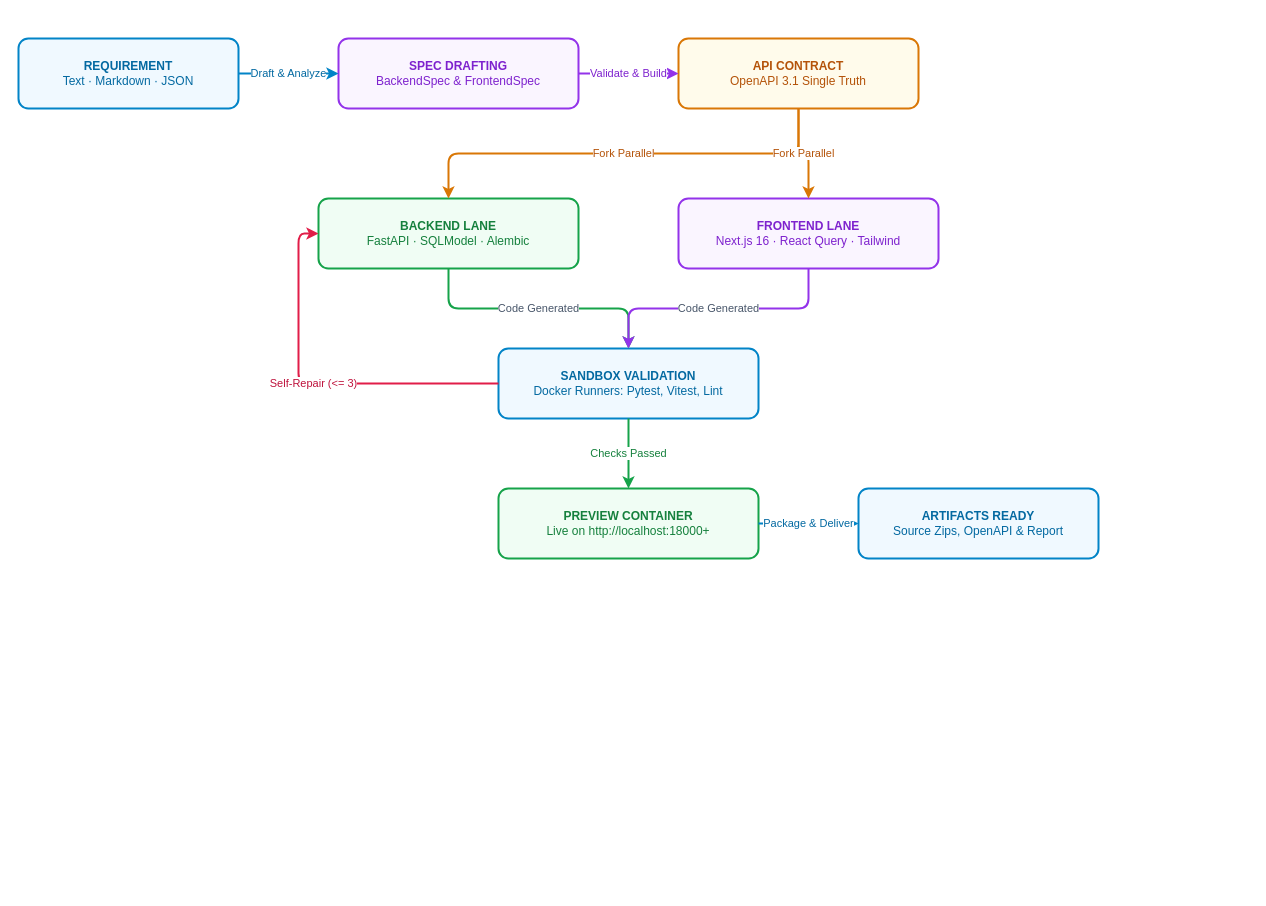
Earlier version of the draw.io diagram docs/diagrams/business-workflow.drawio (longtk26/fullstack-agent). Source tidied: cells renumbered, new cells numbered last; positions are measured from the earlier drawing's top-left corner, leaving out a move shared by most shapes. Both pictures are drawn from the tidied source at 100%, with x=0, y=0 at pixel (18, 38).
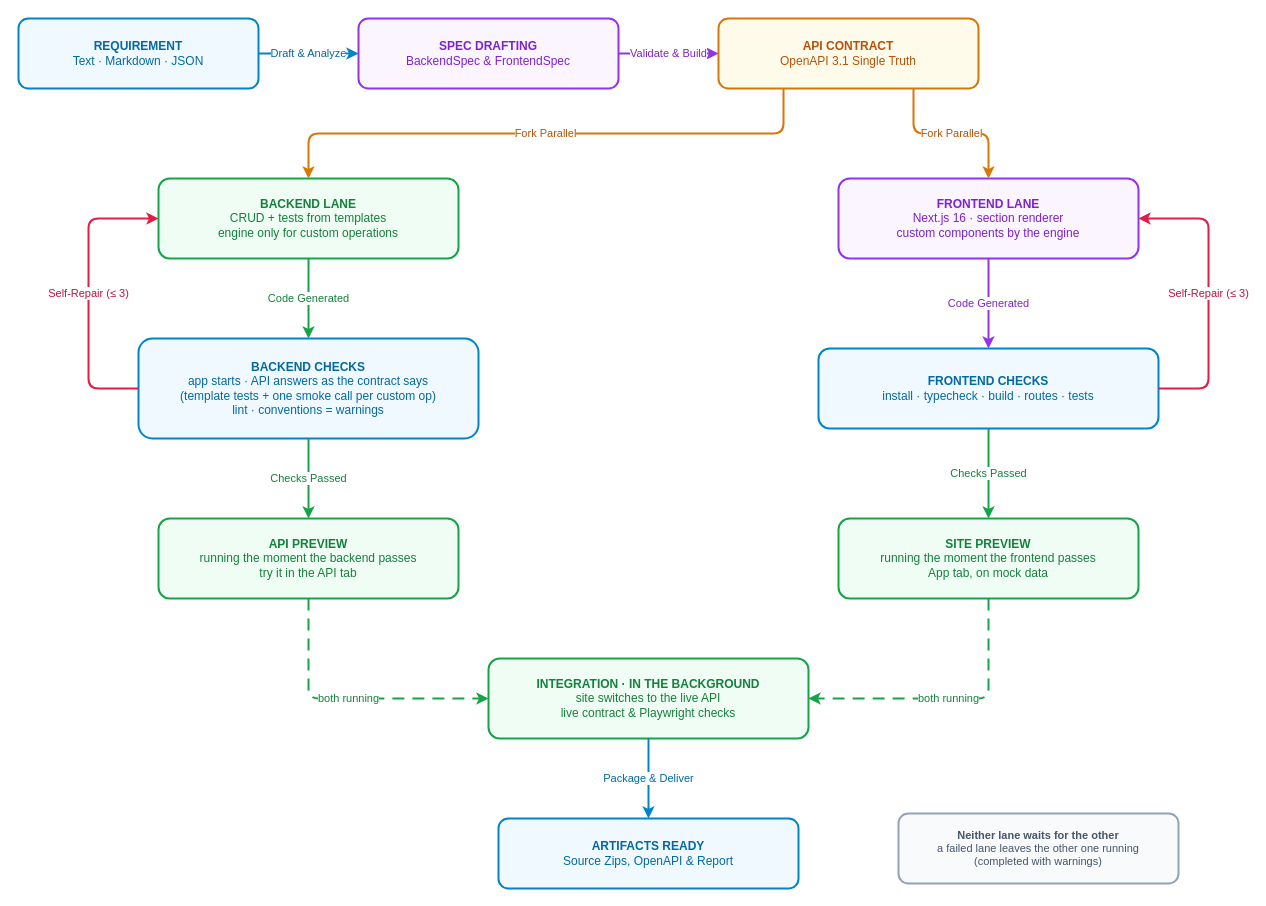
The same diagram, later.

Change to the diagram source:
```diff
@@
-    <mxCell id="2" value="&lt;b&gt;REQUIREMENT&lt;/b&gt;&lt;br/&gt;Text · Markdown · JSON" style="rounded=1;whiteSpace=wrap;html=1;convertToSvg=1;fillColor=#f0f9ff;strokeColor=#0284c7;fontColor=#0369a1;strokeWidth=2;arcSize=14;" parent="1" vertex="1">
-      <mxGeometry width="220" height="70" as="geometry" />
+    <mxCell id="2" value="&lt;b&gt;REQUIREMENT&lt;/b&gt;&lt;br/&gt;Text · Markdown · JSON" style="rounded=1;arcSize=14;whiteSpace=wrap;html=1;fillColor=#f0f9ff;strokeColor=#0284c7;fontColor=#0369a1;strokeWidth=2;align=center;spacing=8;" parent="1" vertex="1">
+      <mxGeometry y="-20" width="240" height="70" as="geometry" />
     </mxCell>
-    <mxCell id="3" value="&lt;b&gt;SPEC DRAFTING&lt;/b&gt;&lt;br/&gt;BackendSpec &amp;amp; FrontendSpec" style="rounded=1;whiteSpace=wrap;html=1;convertToSvg=1;fillColor=#faf5ff;strokeColor=#9333ea;fontColor=#7e22ce;strokeWidth=2;arcSize=14;" parent="1" vertex="1">
-      <mxGeometry x="320" width="240" height="70" as="geometry" />
+    <mxCell id="3" value="&lt;b&gt;SPEC DRAFTING&lt;/b&gt;&lt;br/&gt;BackendSpec &amp;amp; FrontendSpec" style="rounded=1;arcSize=14;whiteSpace=wrap;html=1;fillColor=#faf5ff;strokeColor=#9333ea;fontColor=#7e22ce;strokeWidth=2;align=center;spacing=8;" parent="1" vertex="1">
+      <mxGeometry x="340" y="-20" width="260" height="70" as="geometry" />
     </mxCell>
-    <mxCell id="4" value="&lt;b&gt;API CONTRACT&lt;/b&gt;&lt;br/&gt;OpenAPI 3.1 Single Truth" style="rounded=1;whiteSpace=wrap;html=1;convertToSvg=1;fillColor=#fffbeb;strokeColor=#d97706;fontColor=#b45309;strokeWidth=2;arcSize=14;" parent="1" vertex="1">
-      <mxGeometry x="660" width="240" height="70" as="geometry" />
+    <mxCell id="4" value="&lt;b&gt;API CONTRACT&lt;/b&gt;&lt;br/&gt;OpenAPI 3.1 Single Truth" style="rounded=1;arcSize=14;whiteSpace=wrap;html=1;fillColor=#fffbeb;strokeColor=#d97706;fontColor=#b45309;strokeWidth=2;align=center;spacing=8;" parent="1" vertex="1">
+      <mxGeometry x="700" y="-20" width="260" height="70" as="geometry" />
     </mxCell>
-    <mxCell id="5" value="&lt;b&gt;BACKEND LANE&lt;/b&gt;&lt;br/&gt;FastAPI · SQLModel · Alembic" style="rounded=1;whiteSpace=wrap;html=1;convertToSvg=1;fillColor=#f0fdf4;strokeColor=#16a34a;fontColor=#15803d;strokeWidth=2;arcSize=14;" parent="1" vertex="1">
-      <mxGeometry x="300" y="160" width="260" height="70" as="geometry" />
+    <mxCell id="5" value="&lt;b&gt;BACKEND LANE&lt;/b&gt;&lt;br/&gt;CRUD + tests from templates&lt;br/&gt;engine only for custom operations" style="rounded=1;arcSize=14;whiteSpace=wrap;html=1;fillColor=#f0fdf4;strokeColor=#16a34a;fontColor=#15803d;strokeWidth=2;align=center;spacing=8;" parent="1" vertex="1">
+      <mxGeometry x="140" y="140" width="300" height="80" as="geometry" />
     </mxCell>
-    <mxCell id="6" value="&lt;b&gt;FRONTEND LANE&lt;/b&gt;&lt;br/&gt;Next.js 16 · React Query · Tailwind" style="rounded=1;whiteSpace=wrap;html=1;convertToSvg=1;fillColor=#faf5ff;strokeColor=#9333ea;fontColor=#7e22ce;strokeWidth=2;arcSize=14;" parent="1" vertex="1">
-      <mxGeometry x="660" y="160" width="260" height="70" as="geometry" />
+    <mxCell id="6" value="&lt;b&gt;FRONTEND LANE&lt;/b&gt;&lt;br/&gt;Next.js 16 · section renderer&lt;br/&gt;custom components by the engine" style="rounded=1;arcSize=14;whiteSpace=wrap;html=1;fillColor=#faf5ff;strokeColor=#9333ea;fontColor=#7e22ce;strokeWidth=2;align=center;spacing=8;" parent="1" vertex="1">
+      <mxGeometry x="820" y="140" width="300" height="80" as="geometry" />
     </mxCell>
-    <mxCell id="7" value="&lt;b&gt;SANDBOX VALIDATION&lt;/b&gt;&lt;br/&gt;Docker Runners: Pytest, Vitest, Lint" style="rounded=1;whiteSpace=wrap;html=1;convertToSvg=1;fillColor=#f0f9ff;strokeColor=#0284c7;fontColor=#0369a1;strokeWidth=2;arcSize=14;" parent="1" vertex="1">
-      <mxGeometry x="480" y="310" width="260" height="70" as="geometry" />
-    </mxCell>
-    <mxCell id="8" value="&lt;b&gt;PREVIEW CONTAINER&lt;/b&gt;&lt;br/&gt;Live on http://localhost:18000+" style="rounded=1;whiteSpace=wrap;html=1;convertToSvg=1;fillColor=#f0fdf4;strokeColor=#16a34a;fontColor=#15803d;strokeWidth=2;arcSize=14;" parent="1" vertex="1">
-      <mxGeometry x="480" y="450" width="260" height="70" as="geometry" />
-    </mxCell>
+    <mxCell id="19" value="&lt;b&gt;BACKEND CHECKS&lt;/b&gt;&lt;br/&gt;app starts · API answers as the contract says&lt;br/&gt;(template tests + one smoke call per custom op)&lt;br/&gt;lint · conventions = warnings" style="rounded=1;arcSize=14;whiteSpace=wrap;html=1;fillColor=#f0f9ff;strokeColor=#0284c7;fontColor=#0369a1;strokeWidth=2;align=center;spacing=8;" parent="1" vertex="1">
+      <mxGeometry x="120" y="300" width="340" height="100" as="geometry" />
+    </mxCell>
+    <mxCell id="20" value="&lt;b&gt;FRONTEND CHECKS&lt;/b&gt;&lt;br/&gt;install · typecheck · build · routes · tests" style="rounded=1;arcSize=14;whiteSpace=wrap;html=1;fillColor=#f0f9ff;strokeColor=#0284c7;fontColor=#0369a1;strokeWidth=2;align=center;spacing=8;" parent="1" vertex="1">
+      <mxGeometry x="800" y="310" width="340" height="80" as="geometry" />
+    </mxCell>
+    <mxCell id="21" value="&lt;b&gt;API PREVIEW&lt;/b&gt;&lt;br/&gt;running the moment the backend passes&lt;br/&gt;try it in the API tab" style="rounded=1;arcSize=14;whiteSpace=wrap;html=1;fillColor=#f0fdf4;strokeColor=#16a34a;fontColor=#15803d;strokeWidth=2;align=center;spacing=8;" parent="1" vertex="1">
+      <mxGeometry x="140" y="480" width="300" height="80" as="geometry" />
+    </mxCell>
+    <mxCell id="22" value="&lt;b&gt;SITE PREVIEW&lt;/b&gt;&lt;br/&gt;running the moment the frontend passes&lt;br/&gt;App tab, on mock data" style="rounded=1;arcSize=14;whiteSpace=wrap;html=1;fillColor=#f0fdf4;strokeColor=#16a34a;fontColor=#15803d;strokeWidth=2;align=center;spacing=8;" parent="1" vertex="1">
+      <mxGeometry x="820" y="480" width="300" height="80" as="geometry" />
+    </mxCell>
+    <mxCell id="23" value="&lt;b&gt;INTEGRATION · IN THE BACKGROUND&lt;/b&gt;&lt;br/&gt;site switches to the live API&lt;br/&gt;live contract &amp;amp; Playwright checks" style="rounded=1;arcSize=14;whiteSpace=wrap;html=1;fillColor=#f0fdf4;strokeColor=#16a34a;fontColor=#15803d;strokeWidth=2;align=center;spacing=8;" parent="1" vertex="1">
+      <mxGeometry x="470" y="620" width="320" height="80" as="geometry" />
+    </mxCell>
-    <mxCell id="9" value="&lt;b&gt;ARTIFACTS READY&lt;/b&gt;&lt;br/&gt;Source Zips, OpenAPI &amp;amp; Report" style="rounded=1;whiteSpace=wrap;html=1;convertToSvg=1;fillColor=#f0f9ff;strokeColor=#0284c7;fontColor=#0369a1;strokeWidth=2;arcSize=14;" parent="1" vertex="1">
-      <mxGeometry x="840" y="450" width="240" height="70" as="geometry" />
+    <mxCell id="9" value="&lt;b&gt;ARTIFACTS READY&lt;/b&gt;&lt;br/&gt;Source Zips, OpenAPI &amp;amp; Report" style="rounded=1;arcSize=14;whiteSpace=wrap;html=1;fillColor=#f0f9ff;strokeColor=#0284c7;fontColor=#0369a1;strokeWidth=2;align=center;spacing=8;" parent="1" vertex="1">
+      <mxGeometry x="480" y="780" width="300" height="70" as="geometry" />
     </mxCell>
-    <mxCell id="10" value="Draft &amp;amp; Analyze" style="edgeStyle=orthogonalEdgeStyle;rounded=1;jettySize=auto;html=1;strokeColor=#0284c7;strokeWidth=2;fontColor=#0369a1;" parent="1" edge="1" source="2" target="3">
+    <mxCell id="10" value="Draft &amp;amp; Analyze" style="edgeStyle=orthogonalEdgeStyle;rounded=1;jettySize=auto;html=1;strokeColor=#0284c7;fontColor=#0369a1;strokeWidth=2;labelBackgroundColor=#ffffff;fontSize=11;" parent="1" edge="1" source="2" target="3">
       <mxGeometry relative="1" as="geometry" />
     </mxCell>
-    <mxCell id="11" value="Validate &amp;amp; Build" style="edgeStyle=orthogonalEdgeStyle;rounded=1;jettySize=auto;html=1;strokeColor=#9333ea;strokeWidth=2;fontColor=#7e22ce;" parent="1" edge="1" source="3" target="4">
+    <mxCell id="11" value="Validate &amp;amp; Build" style="edgeStyle=orthogonalEdgeStyle;rounded=1;jettySize=auto;html=1;strokeColor=#9333ea;fontColor=#7e22ce;strokeWidth=2;labelBackgroundColor=#ffffff;fontSize=11;" parent="1" edge="1" source="3" target="4">
       <mxGeometry relative="1" as="geometry" />
     </mxCell>
-    <mxCell id="12" value="Fork Parallel" style="edgeStyle=orthogonalEdgeStyle;rounded=1;jettySize=auto;html=1;strokeColor=#d97706;strokeWidth=2;fontColor=#b45309;exitX=0.5;exitY=1;entryX=0.5;entryY=0;" parent="1" edge="1" source="4" target="5">
+    <mxCell id="12" value="Fork Parallel" style="edgeStyle=orthogonalEdgeStyle;rounded=1;jettySize=auto;html=1;strokeColor=#d97706;fontColor=#b45309;strokeWidth=2;labelBackgroundColor=#ffffff;fontSize=11;exitX=0.25;exitY=1;" parent="1" edge="1" source="4" target="5">
       <mxGeometry relative="1" as="geometry" />
     </mxCell>
-    <mxCell id="13" value="Fork Parallel" style="edgeStyle=orthogonalEdgeStyle;rounded=1;jettySize=auto;html=1;strokeColor=#d97706;strokeWidth=2;fontColor=#b45309;exitX=0.5;exitY=1;entryX=0.5;entryY=0;" parent="1" edge="1" source="4" target="6">
+    <mxCell id="13" value="Fork Parallel" style="edgeStyle=orthogonalEdgeStyle;rounded=1;jettySize=auto;html=1;strokeColor=#d97706;fontColor=#b45309;strokeWidth=2;labelBackgroundColor=#ffffff;fontSize=11;exitX=0.75;exitY=1;" parent="1" edge="1" source="4" target="6">
       <mxGeometry relative="1" as="geometry" />
     </mxCell>
-    <mxCell id="14" value="Code Generated" style="edgeStyle=orthogonalEdgeStyle;rounded=1;jettySize=auto;html=1;strokeColor=#16a34a;strokeWidth=2;fontColor=#475569;" parent="1" edge="1" source="5" target="7">
+    <mxCell id="14" value="Code Generated" style="edgeStyle=orthogonalEdgeStyle;rounded=1;jettySize=auto;html=1;strokeColor=#16a34a;fontColor=#15803d;strokeWidth=2;labelBackgroundColor=#ffffff;fontSize=11;" parent="1" edge="1" source="5" target="19">
       <mxGeometry relative="1" as="geometry" />
     </mxCell>
-    <mxCell id="15" value="Code Generated" style="edgeStyle=orthogonalEdgeStyle;rounded=1;jettySize=auto;html=1;strokeColor=#9333ea;strokeWidth=2;fontColor=#475569;" parent="1" edge="1" source="6" target="7">
+    <mxCell id="15" value="Code Generated" style="edgeStyle=orthogonalEdgeStyle;rounded=1;jettySize=auto;html=1;strokeColor=#9333ea;fontColor=#7e22ce;strokeWidth=2;labelBackgroundColor=#ffffff;fontSize=11;" parent="1" edge="1" source="6" target="20">
       <mxGeometry relative="1" as="geometry" />
     </mxCell>
-    <mxCell id="16" value="Self-Repair (&amp;lt;= 3)" style="edgeStyle=orthogonalEdgeStyle;rounded=1;jettySize=auto;html=1;strokeColor=#e11d48;strokeWidth=2;fontColor=#be123c;exitX=0;exitY=0.5;entryX=0;entryY=0.5;" parent="1" edge="1" source="7" target="5">
-      <mxGeometry relative="1" as="geometry" />
-    </mxCell>
-    <mxCell id="17" value="Checks Passed" style="edgeStyle=orthogonalEdgeStyle;rounded=1;jettySize=auto;html=1;strokeColor=#16a34a;strokeWidth=2;fontColor=#15803d;" parent="1" edge="1" source="7" target="8">
-      <mxGeometry relative="1" as="geometry" />
-    </mxCell>
+    <mxCell id="24" value="Self-Repair (≤ 3)" style="edgeStyle=orthogonalEdgeStyle;rounded=1;jettySize=auto;html=1;strokeColor=#e11d48;fontColor=#be123c;strokeWidth=2;labelBackgroundColor=#ffffff;fontSize=11;exitX=0;exitY=0.5;entryX=0;entryY=0.5;" parent="1" edge="1" source="19" target="5">
+      <mxGeometry relative="1" as="geometry">
+        <Array as="points">
+          <mxPoint x="70" y="350" />
+          <mxPoint x="70" y="180" />
+        </Array>
+      </mxGeometry>
+    </mxCell>
+    <mxCell id="25" value="Self-Repair (≤ 3)" style="edgeStyle=orthogonalEdgeStyle;rounded=1;jettySize=auto;html=1;strokeColor=#e11d48;fontColor=#be123c;strokeWidth=2;labelBackgroundColor=#ffffff;fontSize=11;exitX=1;exitY=0.5;entryX=1;entryY=0.5;" parent="1" edge="1" source="20" target="6">
+      <mxGeometry relative="1" as="geometry">
+        <Array as="points">
+          <mxPoint x="1190" y="350" />
+          <mxPoint x="1190" y="180" />
+        </Array>
+      </mxGeometry>
+    </mxCell>
+    <mxCell id="26" value="Checks Passed" style="edgeStyle=orthogonalEdgeStyle;rounded=1;jettySize=auto;html=1;strokeColor=#16a34a;fontColor=#15803d;strokeWidth=2;labelBackgroundColor=#ffffff;fontSize=11;" parent="1" edge="1" source="19" target="21">
+      <mxGeometry relative="1" as="geometry" />
+    </mxCell>
+    <mxCell id="27" value="Checks Passed" style="edgeStyle=orthogonalEdgeStyle;rounded=1;jettySize=auto;html=1;strokeColor=#16a34a;fontColor=#15803d;strokeWidth=2;labelBackgroundColor=#ffffff;fontSize=11;" parent="1" edge="1" source="20" target="22">
+      <mxGeometry relative="1" as="geometry" />
+    </mxCell>
+    <mxCell id="28" value="both running" style="edgeStyle=orthogonalEdgeStyle;rounded=1;jettySize=auto;html=1;strokeColor=#16a34a;fontColor=#15803d;strokeWidth=2;labelBackgroundColor=#ffffff;fontSize=11;dashed=1;dashPattern=6 4;exitX=0.5;exitY=1;entryX=0;entryY=0.5;" parent="1" edge="1" source="21" target="23">
+      <mxGeometry relative="1" as="geometry" />
+    </mxCell>
+    <mxCell id="29" value="both running" style="edgeStyle=orthogonalEdgeStyle;rounded=1;jettySize=auto;html=1;strokeColor=#16a34a;fontColor=#15803d;strokeWidth=2;labelBackgroundColor=#ffffff;fontSize=11;dashed=1;dashPattern=6 4;exitX=0.5;exitY=1;entryX=1;entryY=0.5;" parent="1" edge="1" source="22" target="23">
+      <mxGeometry relative="1" as="geometry" />
+    </mxCell>
-    <mxCell id="18" value="Package &amp;amp; Deliver" style="edgeStyle=orthogonalEdgeStyle;rounded=1;jettySize=auto;html=1;strokeColor=#0284c7;strokeWidth=2;fontColor=#0369a1;" parent="1" edge="1" source="8" target="9">
+    <mxCell id="18" value="Package &amp;amp; Deliver" style="edgeStyle=orthogonalEdgeStyle;rounded=1;jettySize=auto;html=1;strokeColor=#0284c7;fontColor=#0369a1;strokeWidth=2;labelBackgroundColor=#ffffff;fontSize=11;" parent="1" edge="1" source="23" target="9">
       <mxGeometry relative="1" as="geometry" />
     </mxCell>
+    <mxCell id="30" value="&lt;b&gt;Neither lane waits for the other&lt;/b&gt;&lt;br/&gt;a failed lane leaves the other one running&lt;br/&gt;(completed with warnings)" style="rounded=1;arcSize=14;whiteSpace=wrap;html=1;fillColor=#f8fafc;strokeColor=#94a3b8;fontColor=#475569;strokeWidth=2;align=center;spacing=8;fontSize=11;" parent="1" vertex="1">
+      <mxGeometry x="880" y="775" width="280" height="70" as="geometry" />
+    </mxCell>
```
